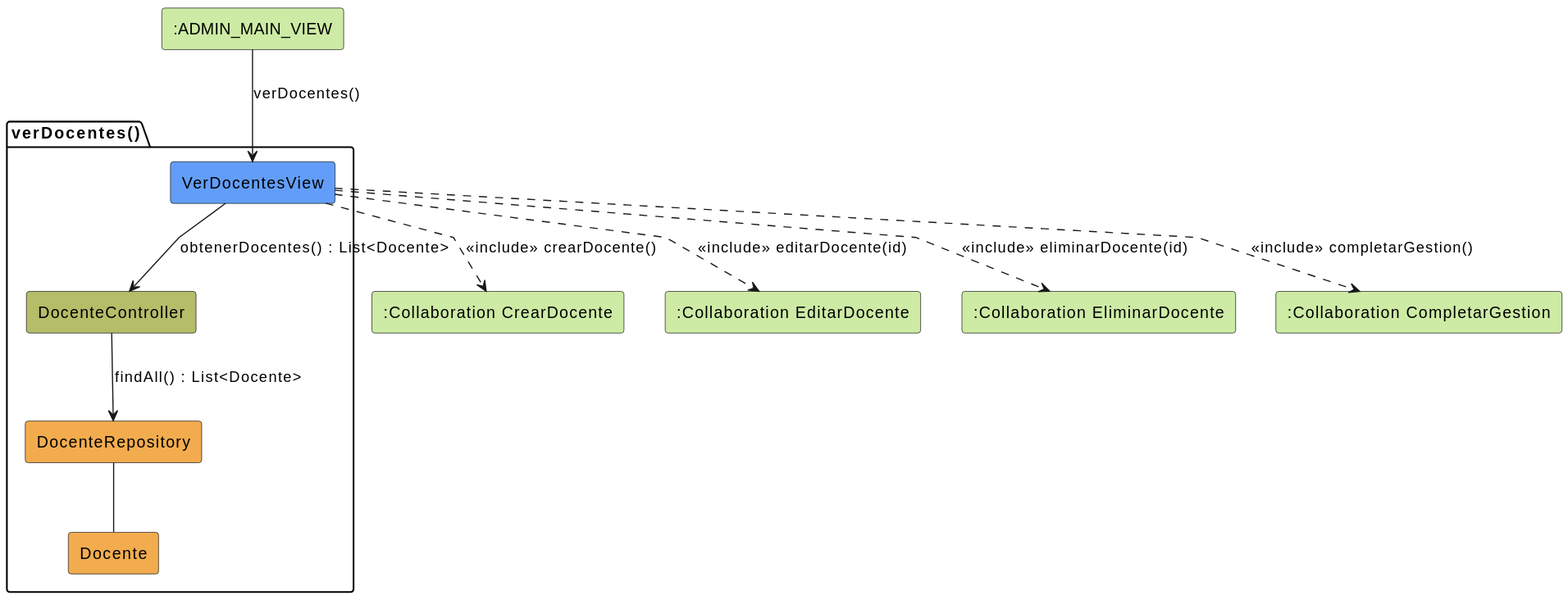
Pareyor/25-26-idsw2-sdVC keeps this PlantUML diagram as images/verDocentes/verDocentes.svg. Above is the earlier version. Its diagram source:
```plantuml
@startuml
skinparam linetype polyline

rectangle #CDEBA5 ":ADMIN_MAIN_VIEW" as AdminMainView
rectangle #CDEBA5 ":Collaboration CrearDocente" as CrearDocente
rectangle #CDEBA5 ":Collaboration EditarDocente" as EditarDocente
rectangle #CDEBA5 ":Collaboration EliminarDocente" as EliminarDocente
rectangle #CDEBA5 ":Collaboration CompletarGestion" as CompletarGestion

package verDocentes as "verDocentes()" {
    rectangle #629EF9 VerDocentesView
    rectangle #b5bd68 DocenteController
    rectangle #F2AC4E DocenteRepository
    rectangle #F2AC4E Docente
}

AdminMainView --> VerDocentesView: verDocentes()

VerDocentesView -d-> DocenteController: obtenerDocentes() : List<Docente>

DocenteController --> DocenteRepository: findAll() : List<Docente>

DocenteRepository -- Docente

VerDocentesView ..> CrearDocente: <<include>> crearDocente()
VerDocentesView ..> EditarDocente: <<include>> editarDocente(id)
VerDocentesView ..> EliminarDocente: <<include>> eliminarDocente(id)
VerDocentesView ..> CompletarGestion: <<include>> completarGestion()
@enduml
```
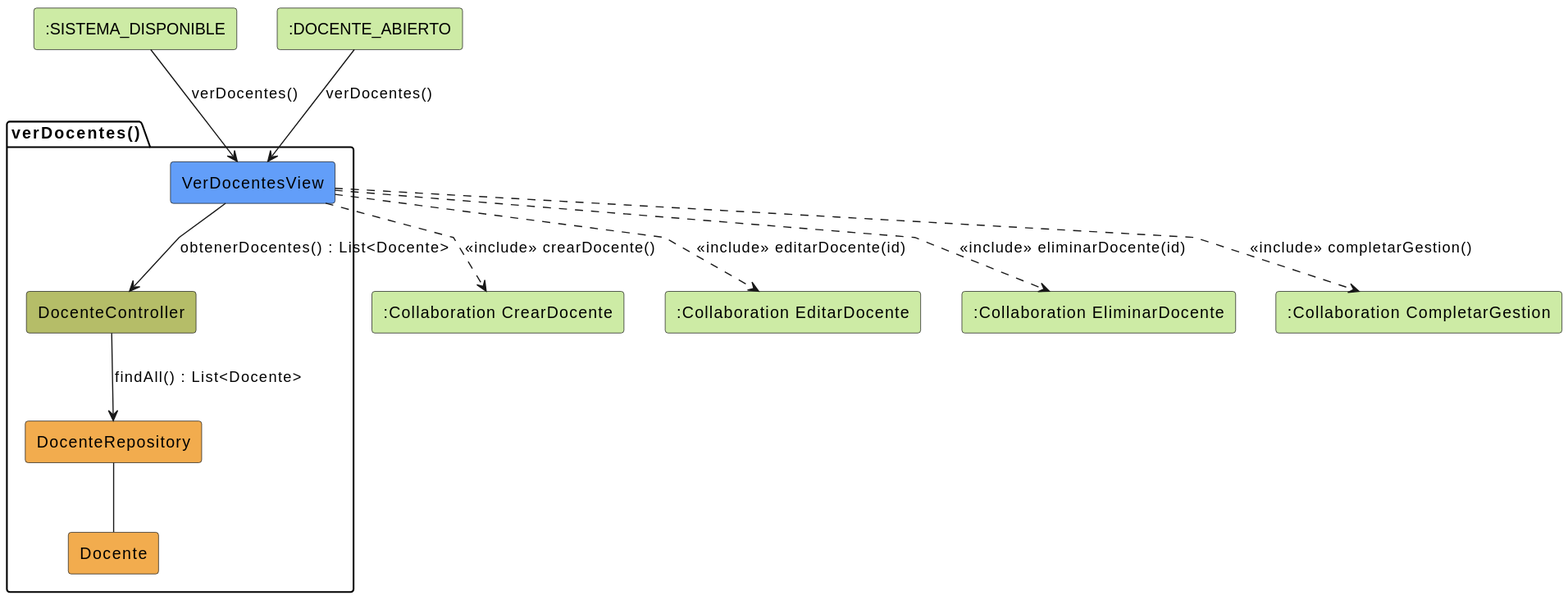
The same diagram one commit later.

Commit message:
fix: corrige detalle en verDocentes

The edit, as a diff of the source:
```diff
@@ -1,7 +1,8 @@
 @startuml
 skinparam linetype polyline
 
-rectangle #CDEBA5 ":ADMIN_MAIN_VIEW" as AdminMainView
+rectangle #CDEBA5 ":SISTEMA_DISPONIBLE" as SistemaDisponible
+rectangle #CDEBA5 ":DOCENTE_ABIERTO" as DocenteAbierto
 rectangle #CDEBA5 ":Collaboration CrearDocente" as CrearDocente
 rectangle #CDEBA5 ":Collaboration EditarDocente" as EditarDocente
 rectangle #CDEBA5 ":Collaboration EliminarDocente" as EliminarDocente
@@ -14,7 +15,8 @@
     rectangle #F2AC4E Docente
 }
 
-AdminMainView --> VerDocentesView: verDocentes()
+SistemaDisponible --> VerDocentesView: verDocentes()
+DocenteAbierto --> VerDocentesView: verDocentes()
 
 VerDocentesView -d-> DocenteController: obtenerDocentes() : List<Docente>
 
```
